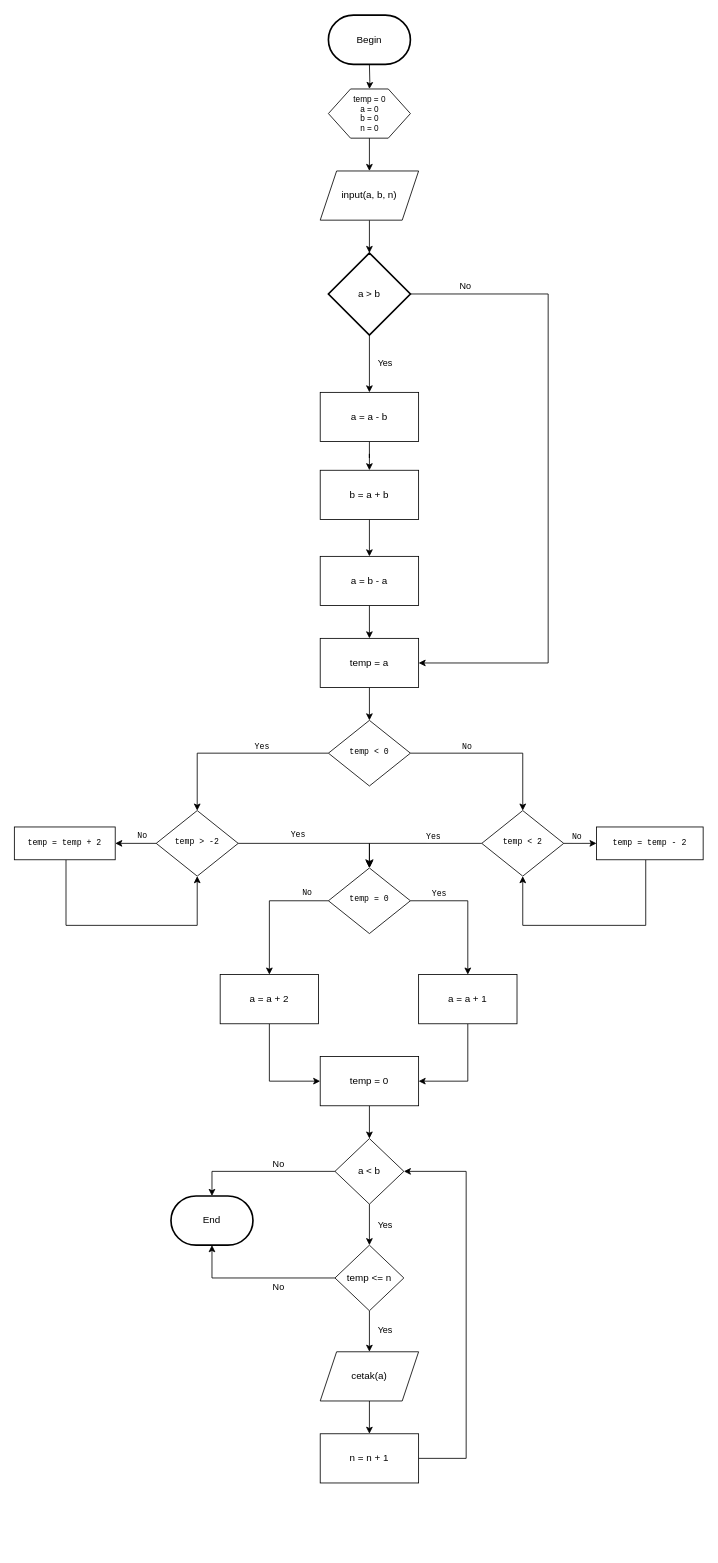
jovianka/algorithm-flowcharts keeps this draw.io diagram as semester1/AlgoritmaDanPemrograman/mencetak-bilangan-ganjil-antara-a-dan-b.drawio. Above is the earlier version. Source tidied: cells renumbered, new cells numbered last; positions are measured from the earlier drawing's top-left corner, leaving out a move shared by most shapes. Both pictures are drawn from the tidied source at 82%, with x=0, y=0 at pixel (14, 15).
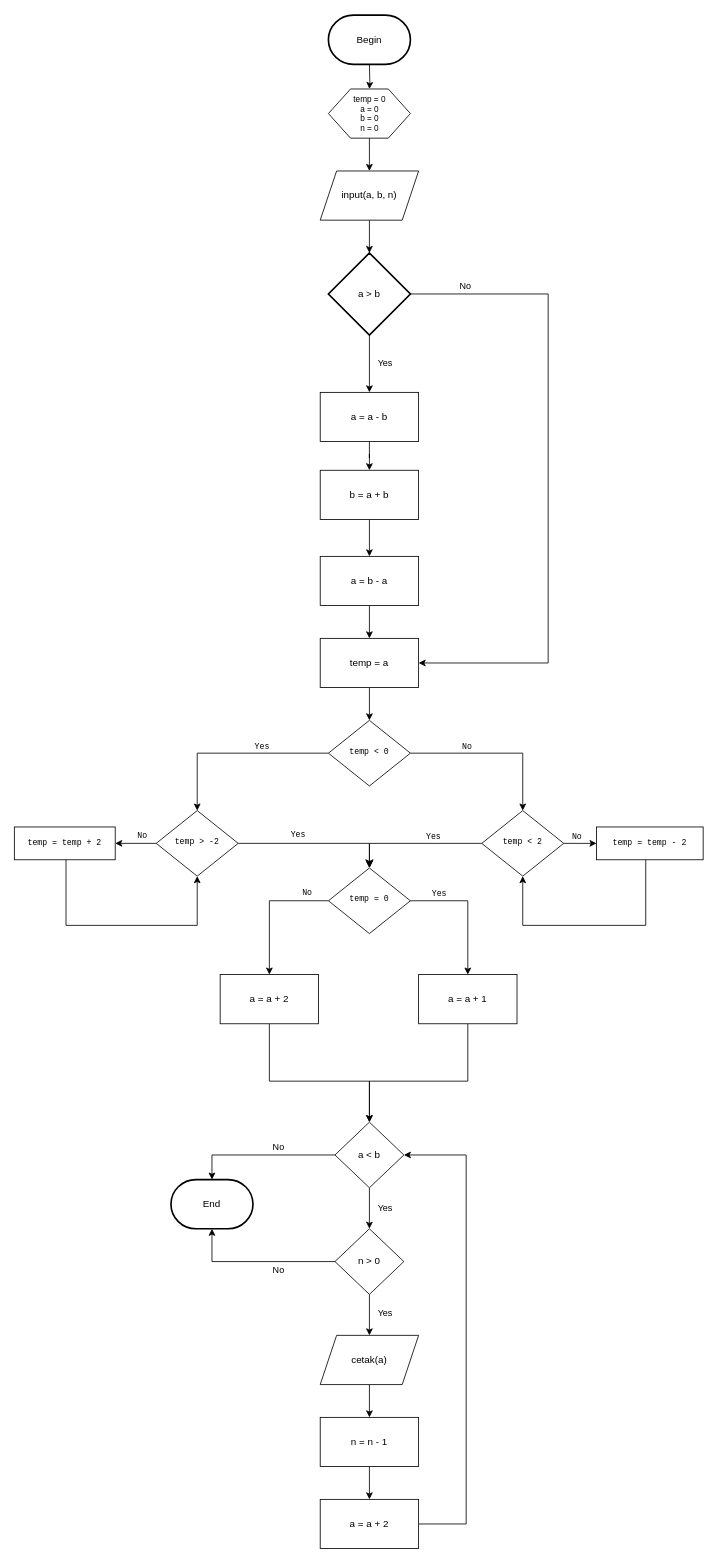
The same diagram, later.

The change refers to these unchanged cells:
```xml
<mxCell id="45" value="a = a + 2" style="rounded=0;whiteSpace=wrap;html=1;" parent="1" vertex="1">
  <mxGeometry x="251" y="1170" width="120" height="60" as="geometry" />
</mxCell>
<mxCell id="47" value="a = a + 1" style="rounded=0;whiteSpace=wrap;html=1;" parent="1" vertex="1">
  <mxGeometry x="493" y="1170" width="120" height="60" as="geometry" />
</mxCell>
```

Diff of the diagram source:
```diff
@@
-    <mxCell id="44" style="edgeStyle=orthogonalEdgeStyle;rounded=0;jettySize=auto;html=1;entryX=0;entryY=0.5;entryDx=0;entryDy=0;" parent="1" edge="1" source="45" target="49">
+    <mxCell id="44" style="edgeStyle=orthogonalEdgeStyle;rounded=0;jettySize=auto;html=1;entryX=0.5;entryY=0;entryDx=0;entryDy=0;" parent="1" edge="1" source="45" target="54">
       <mxGeometry relative="1" as="geometry">
         <Array as="points">
           <mxPoint x="311" y="1300" />
+          <mxPoint x="433" y="1300" />
         </Array>
       </mxGeometry>
     </mxCell>
@@
-    <mxCell id="46" style="edgeStyle=orthogonalEdgeStyle;rounded=0;jettySize=auto;html=1;entryX=1;entryY=0.5;entryDx=0;entryDy=0;" parent="1" edge="1" source="47" target="49">
-      <mxGeometry relative="1" as="geometry" />
+    <mxCell id="46" style="edgeStyle=orthogonalEdgeStyle;rounded=0;jettySize=auto;html=1;entryX=0.5;entryY=0;entryDx=0;entryDy=0;" parent="1" edge="1" source="47" target="54">
+      <mxGeometry relative="1" as="geometry">
+        <Array as="points">
+          <mxPoint x="553" y="1300" />
+          <mxPoint x="433" y="1300" />
+        </Array>
+      </mxGeometry>
     </mxCell>
@@
-    <mxCell id="48" style="edgeStyle=orthogonalEdgeStyle;rounded=0;jettySize=auto;html=1;" parent="1" edge="1" source="49" target="54">
-      <mxGeometry relative="1" as="geometry" />
-    </mxCell>
-    <mxCell id="49" value="temp = 0" style="rounded=0;whiteSpace=wrap;html=1;" parent="1" vertex="1">
-      <mxGeometry x="373" y="1270" width="120" height="60" as="geometry" />
-    </mxCell>
@@
     <mxCell id="52" style="edgeStyle=orthogonalEdgeStyle;rounded=0;jettySize=auto;html=1;entryX=0.5;entryY=0;entryDx=0;entryDy=0;entryPerimeter=0;" parent="1" edge="1" source="54" target="59">
       <mxGeometry relative="1" as="geometry">
         <Array as="points">
-          <mxPoint x="241" y="1410" />
+          <mxPoint x="241" y="1390" />
         </Array>
       </mxGeometry>
     </mxCell>
@@
     <mxCell id="54" value="a &amp;lt; b" style="rhombus;whiteSpace=wrap;html=1;" parent="1" vertex="1">
-      <mxGeometry x="391" y="1370" width="84" height="80" as="geometry" />
+      <mxGeometry x="391" y="1350" width="84" height="80" as="geometry" />
     </mxCell>
@@
     <mxCell id="56" value="cetak(a)" style="shape=parallelogram;perimeter=parallelogramPerimeter;whiteSpace=wrap;html=1;fixedSize=1;" parent="1" vertex="1">
-      <mxGeometry x="373" y="1630" width="120" height="60" as="geometry" />
+      <mxGeometry x="373" y="1610" width="120" height="60" as="geometry" />
     </mxCell>
-    <mxCell id="57" style="edgeStyle=orthogonalEdgeStyle;rounded=0;jettySize=auto;html=1;entryX=1;entryY=0.5;entryDx=0;entryDy=0;exitX=1;exitY=0.5;exitDx=0;exitDy=0;" parent="1" edge="1" source="58" target="54">
+    <mxCell id="57" style="edgeStyle=orthogonalEdgeStyle;rounded=0;jettySize=auto;html=1;entryX=1;entryY=0.5;entryDx=0;entryDy=0;exitX=1;exitY=0.5;exitDx=0;exitDy=0;" parent="1" edge="1" source="67" target="54">
       <mxGeometry relative="1" as="geometry">
         <Array as="points">
-          <mxPoint x="551" y="1760" />
-          <mxPoint x="551" y="1410" />
+          <mxPoint x="551" y="1840" />
+          <mxPoint x="551" y="1390" />
         </Array>
       </mxGeometry>
     </mxCell>
+    <mxCell id="66" style="edgeStyle=orthogonalEdgeStyle;rounded=0;jettySize=auto;html=1;entryX=0.5;entryY=0;entryDx=0;entryDy=0;" parent="1" edge="1" source="58" target="67">
+      <mxGeometry relative="1" as="geometry" />
+    </mxCell>
-    <mxCell id="58" value="n = n + 1" style="rounded=0;whiteSpace=wrap;html=1;" parent="1" vertex="1">
-      <mxGeometry x="373" y="1730" width="120" height="60" as="geometry" />
+    <mxCell id="58" value="n = n - 1" style="rounded=0;whiteSpace=wrap;html=1;" parent="1" vertex="1">
+      <mxGeometry x="373" y="1710" width="120" height="60" as="geometry" />
     </mxCell>
     <mxCell id="59" value="End" style="strokeWidth=2;html=1;shape=mxgraph.flowchart.terminator;whiteSpace=wrap;" parent="1" vertex="1">
-      <mxGeometry x="191" y="1440" width="100" height="60" as="geometry" />
+      <mxGeometry x="191" y="1420" width="100" height="60" as="geometry" />
     </mxCell>
@@
-    <mxCell id="65" value="temp &amp;lt;= n" style="rhombus;whiteSpace=wrap;html=1;" parent="1" vertex="1">
-      <mxGeometry x="391" y="1500" width="84" height="80" as="geometry" />
+    <mxCell id="65" value="n &amp;gt; 0" style="rhombus;whiteSpace=wrap;html=1;" parent="1" vertex="1">
+      <mxGeometry x="391" y="1480" width="84" height="80" as="geometry" />
     </mxCell>
+    <mxCell id="67" value="a = a + 2" style="rounded=0;whiteSpace=wrap;html=1;" parent="1" vertex="1">
+      <mxGeometry x="373" y="1810" width="120" height="60" as="geometry" />
+    </mxCell>
```
